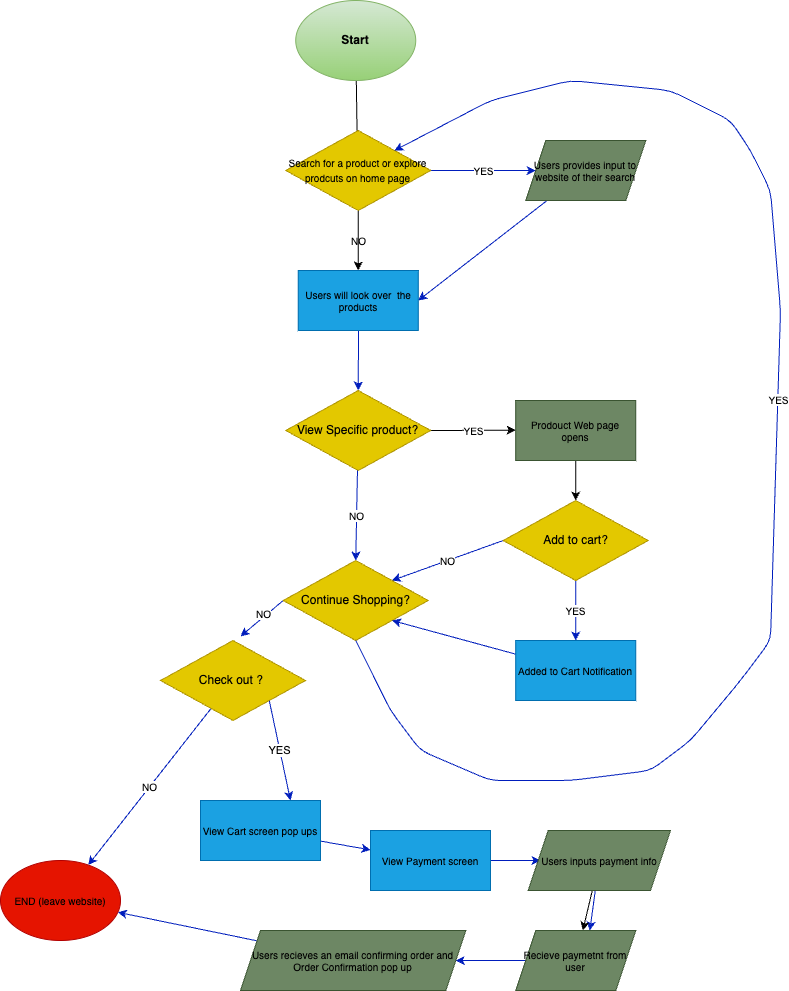
Earlier version of the draw.io export explore/diagramming/diagram.drawio.png (ulises0516/sp24-cse110-lab4-). Source tidied: cells renumbered, new cells last; positions are measured from the earlier drawing's top-left corner, leaving out a move shared by most shapes.
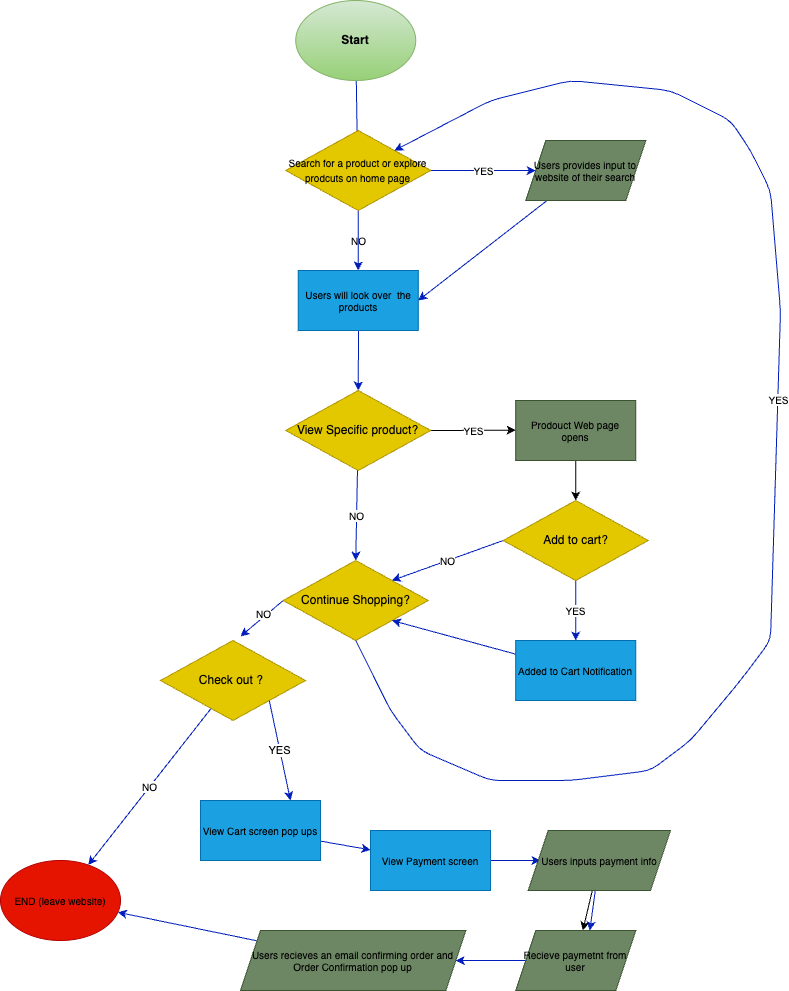
The same file after the commit.

Commit message:
changed arrow colors

Diff of the diagram source:
```diff
@@ -2,7 +2,7 @@
   <root>
     <mxCell id="0" />
     <mxCell id="1" parent="0" />
-    <mxCell id="2" style="edgeStyle=none;html=1;entryX=0.5;entryY=1;entryDx=0;entryDy=0;" parent="1" edge="1" source="3" target="7">
+    <mxCell id="2" style="edgeStyle=none;html=1;entryX=0.5;entryY=1;entryDx=0;entryDy=0;fillColor=#0050ef;strokeColor=#001DBC;" parent="1" edge="1" source="3" target="7">
       <mxGeometry relative="1" as="geometry" />
     </mxCell>
     <mxCell id="3" value="&lt;font color=&quot;#000000&quot;&gt;Start&lt;/font&gt;" style="ellipse;whiteSpace=wrap;html=1;fontStyle=1;fillColor=#d5e8d4;strokeColor=#82b366;gradientColor=#97d077;" parent="1" vertex="1">
@@ -14,7 +14,7 @@
     <mxCell id="5" value="NO" style="edgeStyle=none;html=1;exitX=0.5;exitY=1;exitDx=0;exitDy=0;fontSize=10;" parent="1" edge="1" source="7" target="11">
       <mxGeometry relative="1" as="geometry" />
     </mxCell>
-    <mxCell id="6" style="edgeStyle=none;html=1;" parent="1" edge="1" source="7" target="11">
+    <mxCell id="6" style="edgeStyle=none;html=1;fillColor=#0050ef;strokeColor=#001DBC;" parent="1" edge="1" source="7" target="11">
       <mxGeometry relative="1" as="geometry" />
     </mxCell>
     <mxCell id="7" value="&lt;font style=&quot;font-size: 10px;&quot;&gt;Search for a product or explore prodcuts on home page&lt;/font&gt;" style="rhombus;whiteSpace=wrap;html=1;rotation=0;fillColor=#e3c800;fontColor=#000000;strokeColor=#B09500;" parent="1" vertex="1">
```
